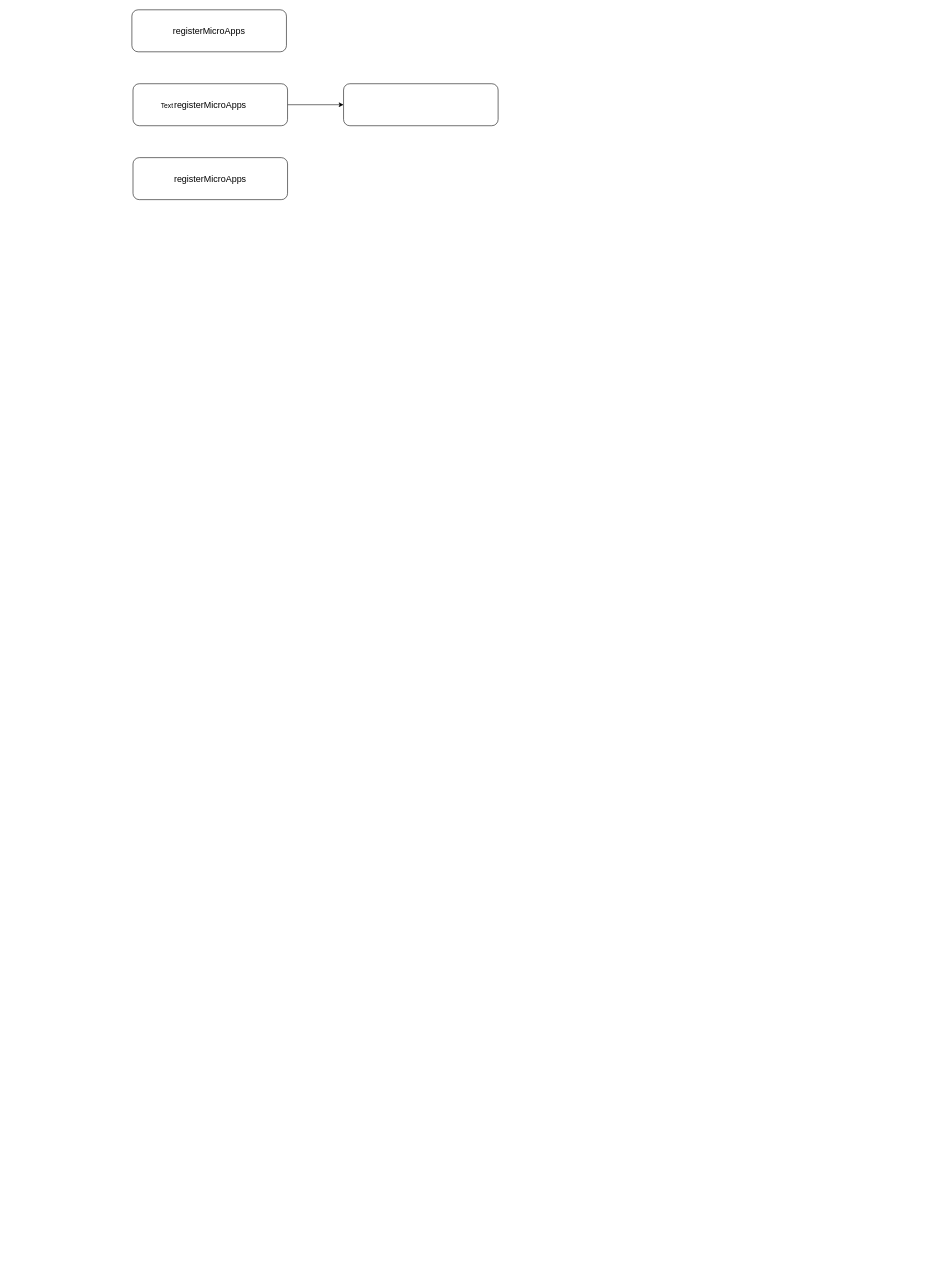
Earlier version of the draw.io diagram qiankun.drawio (ccctw-ma/source-code-learning). Source tidied: cells renumbered, new cells numbered last; positions are measured from the earlier drawing's top-left corner, leaving out a move shared by most shapes. Both pictures are drawn from the tidied source at 56%, with x=0, y=0 at pixel (132, 10).
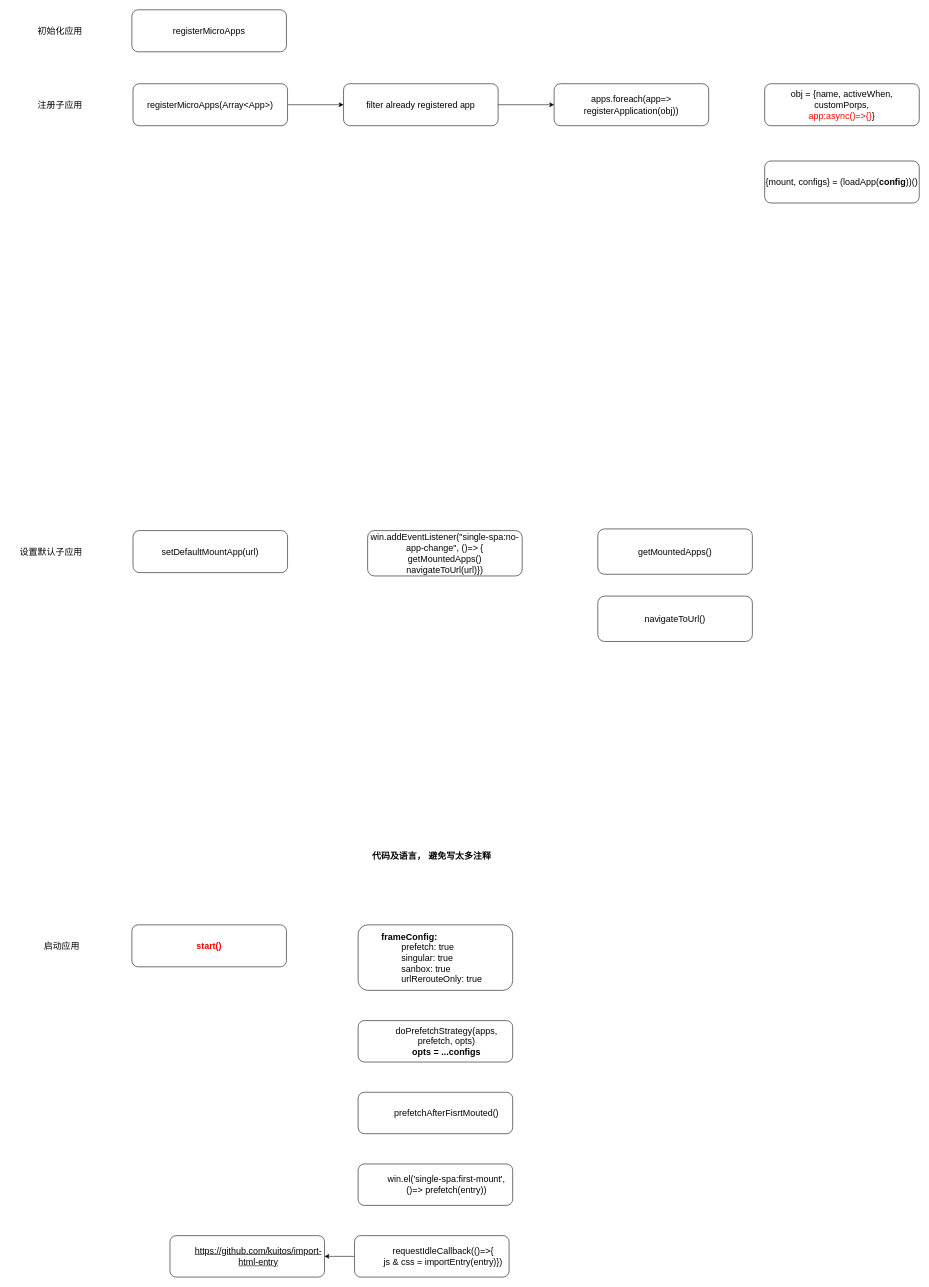
The same page after the edit.

The edit, as a diff of the source:
```diff
@@
-    <mxCell id="3" value="registerMicroApps" style="rounded=1;whiteSpace=wrap;html=1;fontSize=16;" parent="1" vertex="1">
+    <mxCell id="3" value="registerMicroApps(Array&amp;lt;App&amp;gt;)" style="rounded=1;whiteSpace=wrap;html=1;fontSize=16;" parent="1" vertex="1">
       <mxGeometry x="2" y="132" width="276" height="75" as="geometry" />
     </mxCell>
+    <mxCell id="8" style="edgeStyle=orthogonalEdgeStyle;rounded=0;jettySize=auto;html=1;exitX=1;exitY=0.5;exitDx=0;exitDy=0;entryX=0;entryY=0.5;entryDx=0;entryDy=0;" parent="1" edge="1" source="4" target="14">
+      <mxGeometry relative="1" as="geometry" />
+    </mxCell>
-    <mxCell id="4" style="rounded=1;whiteSpace=wrap;html=1;fontSize=16;" parent="1" vertex="1">
+    <mxCell id="4" value="filter already registered app" style="rounded=1;whiteSpace=wrap;html=1;fontSize=16;" parent="1" vertex="1">
       <mxGeometry x="378" y="132" width="276" height="75" as="geometry" />
     </mxCell>
-    <mxCell id="5" value="registerMicroApps" style="rounded=1;whiteSpace=wrap;html=1;fontSize=16;" parent="1" vertex="1">
-      <mxGeometry x="2" y="264" width="276" height="75" as="geometry" />
+    <mxCell id="5" value="setDefaultMountApp(url)" style="rounded=1;whiteSpace=wrap;html=1;fontSize=16;" parent="1" vertex="1">
+      <mxGeometry x="2" y="930" width="276" height="75" as="geometry" />
     </mxCell>
@@
-    <mxCell id="7" value="Text" style="text;strokeColor=none;align=center;fillColor=none;html=1;verticalAlign=middle;whiteSpace=wrap;rounded=0;" parent="1" vertex="1">
-      <mxGeometry x="33" y="157" width="60" height="30" as="geometry" />
-    </mxCell>
+    <mxCell id="9" value="初始化应用" style="text;strokeColor=none;align=center;fillColor=none;html=1;verticalAlign=middle;whiteSpace=wrap;rounded=0;fontSize=16;" parent="1" vertex="1">
+      <mxGeometry x="-183" y="22.5" width="110" height="30" as="geometry" />
+    </mxCell>
+    <mxCell id="10" value="注册子应用" style="text;strokeColor=none;align=center;fillColor=none;html=1;verticalAlign=middle;whiteSpace=wrap;rounded=0;fontSize=16;" parent="1" vertex="1">
+      <mxGeometry x="-183" y="154.5" width="110" height="30" as="geometry" />
+    </mxCell>
+    <mxCell id="11" value="设置默认子应用" style="text;strokeColor=none;align=center;fillColor=none;html=1;verticalAlign=middle;whiteSpace=wrap;rounded=0;fontSize=16;" parent="1" vertex="1">
+      <mxGeometry x="-218" y="952.5" width="148" height="30" as="geometry" />
+    </mxCell>
+    <mxCell id="12" value="启动应用" style="text;strokeColor=none;align=center;fillColor=none;html=1;verticalAlign=middle;whiteSpace=wrap;rounded=0;fontSize=16;" parent="1" vertex="1">
+      <mxGeometry x="-180" y="1656.5" width="110" height="30" as="geometry" />
+    </mxCell>
+    <mxCell id="13" value="&lt;font color=&quot;#ff0000&quot;&gt;&lt;b&gt;start()&lt;/b&gt;&lt;/font&gt;" style="rounded=1;whiteSpace=wrap;html=1;fontSize=16;" parent="1" vertex="1">
+      <mxGeometry y="1634" width="276" height="75" as="geometry" />
+    </mxCell>
+    <mxCell id="14" value="apps.foreach(app=&amp;gt; registerApplication(obj))" style="rounded=1;whiteSpace=wrap;html=1;fontSize=16;" parent="1" vertex="1">
+      <mxGeometry x="754" y="132" width="276" height="75" as="geometry" />
+    </mxCell>
+    <mxCell id="15" value="obj = {name, activeWhen, customPorps,&lt;br&gt;&lt;font color=&quot;#ff0000&quot;&gt;app:async()=&amp;gt;{}&lt;/font&gt;}" style="rounded=1;whiteSpace=wrap;html=1;fontSize=16;" parent="1" vertex="1">
+      <mxGeometry x="1130" y="132" width="276" height="75" as="geometry" />
+    </mxCell>
+    <mxCell id="16" value="{mount, configs} = (loadApp(&lt;b&gt;config&lt;/b&gt;))()" style="rounded=1;whiteSpace=wrap;html=1;fontSize=16;" parent="1" vertex="1">
+      <mxGeometry x="1130" y="270" width="276" height="75" as="geometry" />
+    </mxCell>
+    <mxCell id="17" value="win.addEventListener(&quot;single-spa:no-app-change&quot;, ()=&amp;gt; {&lt;br&gt;getMountedApps()&lt;br&gt;navigateToUrl(url)})" style="rounded=1;whiteSpace=wrap;html=1;fontSize=16;" parent="1" vertex="1">
+      <mxGeometry x="421" y="930" width="276" height="81" as="geometry" />
+    </mxCell>
+    <mxCell id="18" value="getMountedApps()" style="rounded=1;whiteSpace=wrap;html=1;fontSize=16;" parent="1" vertex="1">
+      <mxGeometry x="832" y="927" width="276" height="81" as="geometry" />
+    </mxCell>
+    <mxCell id="19" value="navigateToUrl()" style="rounded=1;whiteSpace=wrap;html=1;fontSize=16;" parent="1" vertex="1">
+      <mxGeometry x="832" y="1047" width="276" height="81" as="geometry" />
+    </mxCell>
+    <mxCell id="20" value="&lt;blockquote style=&quot;margin: 0 0 0 40px; border: none; padding: 0px;&quot;&gt;&lt;div style=&quot;&quot;&gt;&lt;span style=&quot;background-color: initial;&quot;&gt;&lt;b&gt;frameConfig:&lt;/b&gt;&lt;/span&gt;&lt;/div&gt;&lt;div style=&quot;&quot;&gt;&lt;span style=&quot;background-color: initial;&quot;&gt;&lt;span style=&quot;white-space: pre;&quot;&gt;&#9;&lt;/span&gt;prefetch: true&lt;/span&gt;&lt;/div&gt;&lt;div style=&quot;&quot;&gt;&lt;span style=&quot;background-color: initial;&quot;&gt;&lt;span style=&quot;white-space: pre;&quot;&gt;&#9;&lt;/span&gt;singular: true&lt;/span&gt;&lt;/div&gt;&lt;div style=&quot;&quot;&gt;&lt;span style=&quot;background-color: initial;&quot;&gt;&lt;span style=&quot;white-space: pre;&quot;&gt;&#9;&lt;/span&gt;sanbox: true&lt;/span&gt;&lt;/div&gt;&lt;div style=&quot;&quot;&gt;&lt;span style=&quot;background-color: initial;&quot;&gt;&lt;span style=&quot;white-space: pre;&quot;&gt;&#9;&lt;/span&gt;urlRerouteOnly: true&lt;/span&gt;&lt;/div&gt;&lt;/blockquote&gt;" style="rounded=1;whiteSpace=wrap;html=1;fontSize=16;align=left;" parent="1" vertex="1">
+      <mxGeometry x="404" y="1634" width="276" height="117" as="geometry" />
+    </mxCell>
+    <mxCell id="21" value="&lt;blockquote style=&quot;margin: 0 0 0 40px; border: none; padding: 0px;&quot;&gt;&lt;div style=&quot;&quot;&gt;doPrefetchStrategy(apps, prefetch, opts)&lt;/div&gt;&lt;div style=&quot;&quot;&gt;&lt;b&gt;opts = ...configs&lt;/b&gt;&lt;/div&gt;&lt;/blockquote&gt;" style="rounded=1;whiteSpace=wrap;html=1;fontSize=16;align=center;" parent="1" vertex="1">
+      <mxGeometry x="404" y="1805" width="276" height="74" as="geometry" />
+    </mxCell>
+    <mxCell id="22" value="&lt;blockquote style=&quot;margin: 0 0 0 40px; border: none; padding: 0px;&quot;&gt;&lt;div style=&quot;&quot;&gt;prefetchAfterFisrtMouted()&lt;/div&gt;&lt;/blockquote&gt;" style="rounded=1;whiteSpace=wrap;html=1;fontSize=16;align=center;" parent="1" vertex="1">
+      <mxGeometry x="404" y="1933" width="276" height="74" as="geometry" />
+    </mxCell>
+    <mxCell id="23" value="&lt;font style=&quot;font-size: 16px;&quot;&gt;&lt;b&gt;代码及语言， 避免写太多注释&lt;/b&gt;&lt;/font&gt;" style="text;strokeColor=none;align=center;fillColor=none;html=1;verticalAlign=middle;whiteSpace=wrap;rounded=0;" parent="1" vertex="1">
+      <mxGeometry x="417.1" y="1495.6" width="236.9" height="30" as="geometry" />
+    </mxCell>
+    <mxCell id="24" value="&lt;blockquote style=&quot;margin: 0 0 0 40px; border: none; padding: 0px;&quot;&gt;&lt;div style=&quot;&quot;&gt;win.el('single-spa:first-mount', ()=&amp;gt; prefetch(entry))&lt;/div&gt;&lt;/blockquote&gt;" style="rounded=1;whiteSpace=wrap;html=1;fontSize=16;align=center;" parent="1" vertex="1">
+      <mxGeometry x="404" y="2061" width="276" height="74" as="geometry" />
+    </mxCell>
+    <mxCell id="25" style="edgeStyle=orthogonalEdgeStyle;rounded=0;jettySize=auto;html=1;exitX=0;exitY=0.5;exitDx=0;exitDy=0;entryX=1;entryY=0.5;entryDx=0;entryDy=0;" parent="1" edge="1" source="26" target="27">
+      <mxGeometry relative="1" as="geometry" />
+    </mxCell>
+    <mxCell id="26" value="&lt;blockquote style=&quot;margin: 0 0 0 40px; border: none; padding: 0px;&quot;&gt;&lt;div style=&quot;&quot;&gt;requestIdleCallback(()=&amp;gt;{&lt;/div&gt;&lt;div style=&quot;&quot;&gt;js &amp;amp; css = importEntry(entry)})&lt;/div&gt;&lt;/blockquote&gt;" style="rounded=1;whiteSpace=wrap;html=1;fontSize=16;align=center;" parent="1" vertex="1">
+      <mxGeometry x="397.6" y="2189" width="276" height="74" as="geometry" />
+    </mxCell>
+    <mxCell id="27" value="&lt;blockquote style=&quot;margin: 0 0 0 40px; border: none; padding: 0px;&quot;&gt;&lt;div style=&quot;&quot;&gt;&lt;u&gt;https://github.com/kuitos/import-html-entry&lt;/u&gt;&lt;/div&gt;&lt;/blockquote&gt;" style="rounded=1;whiteSpace=wrap;html=1;fontSize=16;align=center;" parent="1" vertex="1">
+      <mxGeometry x="68" y="2189" width="276" height="74" as="geometry" />
+    </mxCell>
```
